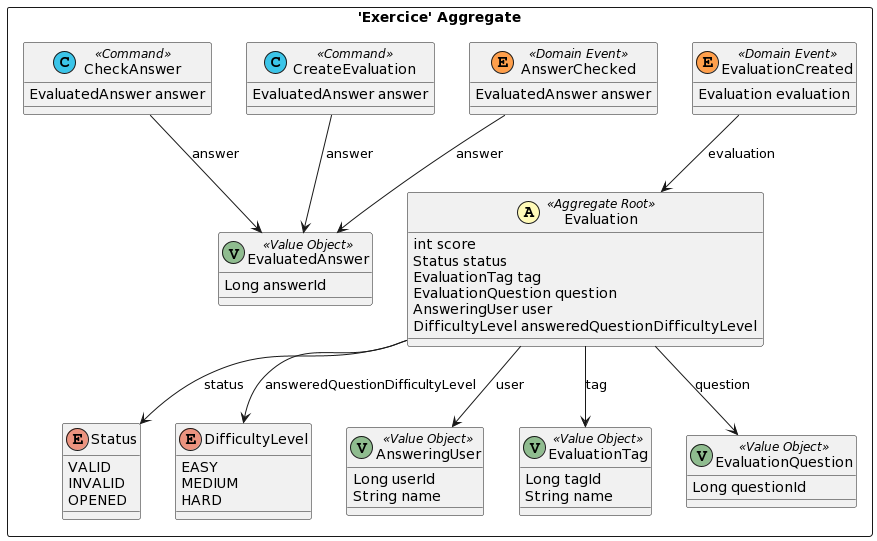
This is doc/dist/src-gen/gamedev_BC_EvaluationContext_Exercice.png from esgi-lyon/question-ddd, a PlantUML export, as it was before one commit.
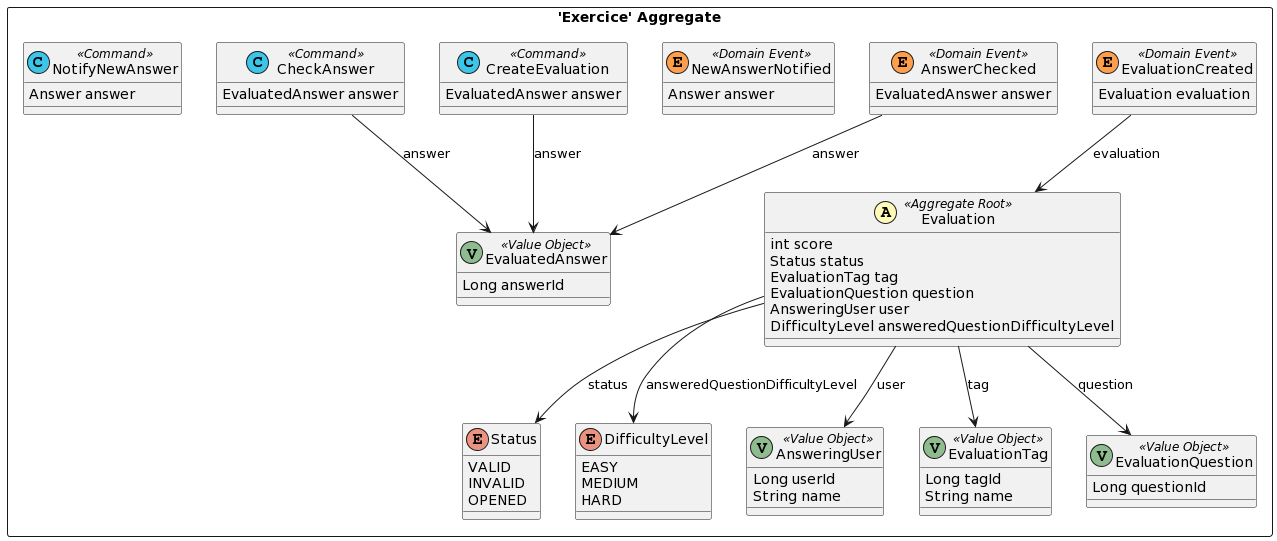
Above is the later version.

Change to the diagram source:
```diff
@@ -40,11 +40,17 @@
 	class EvaluationCreated <<(E,#ff9f4b) Domain Event>> {
 		Evaluation evaluation
 	}
+	class NewAnswerNotified <<(E,#ff9f4b) Domain Event>> {
+		Answer answer
+	}
 	class CheckAnswer <<(C,#3bc5e9) Command>> {
 		EvaluatedAnswer answer
 	}
 	class CreateEvaluation <<(C,#3bc5e9) Command>> {
 		EvaluatedAnswer answer
+	}
+	class NotifyNewAnswer <<(C,#3bc5e9) Command>> {
+		Answer answer
 	}
 }
 CreateEvaluation --> EvaluatedAnswer : answer
```
